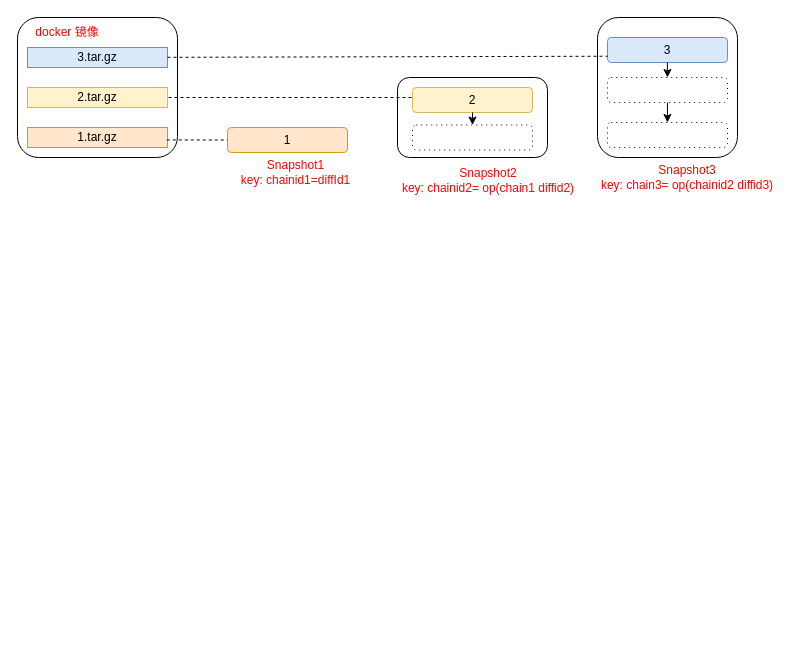
Before: container源码.drawio in We1less1111/draw.io, a draw.io diagram. Source tidied: cells renumbered, new cells numbered last; positions are measured from the earlier drawing's top-left corner, leaving out a move shared by most shapes. Both pictures are drawn from the tidied source at 100%, with x=0, y=0 at pixel (17, 17).
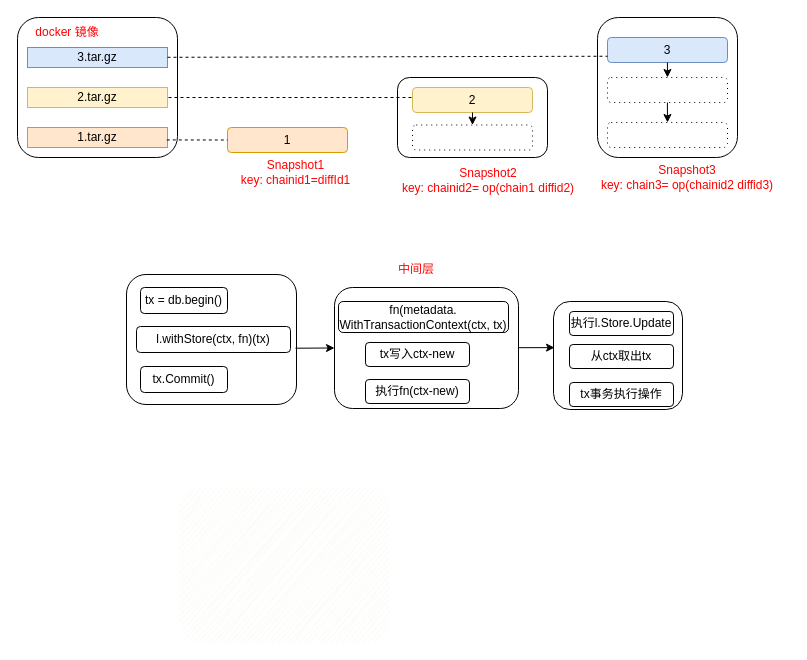
The same page after the edit.

What changed in the source:
```diff
@@
+    <mxCell id="24" style="rounded=1;whiteSpace=wrap;html=1;" parent="1" vertex="1">
+      <mxGeometry x="317" y="270" width="184" height="121" as="geometry" />
+    </mxCell>
+    <mxCell id="25" style="rounded=1;whiteSpace=wrap;html=1;" parent="1" vertex="1">
+      <mxGeometry x="109" y="257" width="170" height="130" as="geometry" />
+    </mxCell>
+    <mxCell id="26" style="rounded=1;whiteSpace=wrap;html=1;" parent="1" vertex="1">
+      <mxGeometry x="536" y="284" width="129" height="108" as="geometry" />
+    </mxCell>
@@
+    <mxCell id="27" value="tx = db.begin()" style="rounded=1;whiteSpace=wrap;html=1;" parent="1" vertex="1">
+      <mxGeometry x="123" y="270" width="87" height="26" as="geometry" />
+    </mxCell>
+    <mxCell id="28" value="tx.Commit()" style="rounded=1;whiteSpace=wrap;html=1;" parent="1" vertex="1">
+      <mxGeometry x="123" y="349" width="87" height="26" as="geometry" />
+    </mxCell>
+    <mxCell id="29" value="&lt;div style=&quot;text-align: start;&quot;&gt;l.withStore(ctx, fn)(tx)&lt;br&gt;&lt;/div&gt;" style="rounded=1;whiteSpace=wrap;html=1;" parent="1" vertex="1">
+      <mxGeometry x="119" y="309" width="154" height="26" as="geometry" />
+    </mxCell>
+    <mxCell id="30" value="&lt;div&gt;fn(metadata.&lt;/div&gt;&lt;div&gt;WithTransactionContext(ctx, tx)&lt;/div&gt;" style="rounded=1;whiteSpace=wrap;html=1;" parent="1" vertex="1">
+      <mxGeometry x="321" y="284" width="170" height="31" as="geometry" />
+    </mxCell>
+    <mxCell id="31" value="执行l.Store.Update" style="rounded=1;whiteSpace=wrap;html=1;" parent="1" vertex="1">
+      <mxGeometry x="552" y="294" width="104" height="24" as="geometry" />
+    </mxCell>
+    <mxCell id="32" value="从ctx取出tx" style="rounded=1;whiteSpace=wrap;html=1;" parent="1" vertex="1">
+      <mxGeometry x="552" y="327" width="104" height="24" as="geometry" />
+    </mxCell>
+    <mxCell id="33" value="tx事务执行操作" style="rounded=1;whiteSpace=wrap;html=1;" parent="1" vertex="1">
+      <mxGeometry x="552" y="365" width="104" height="24" as="geometry" />
+    </mxCell>
+    <mxCell id="34" value="&lt;div&gt;tx写入ctx-new&lt;/div&gt;" style="rounded=1;whiteSpace=wrap;html=1;" parent="1" vertex="1">
+      <mxGeometry x="348" y="325" width="104" height="24" as="geometry" />
+    </mxCell>
+    <mxCell id="35" value="执行fn(ctx-new)" style="rounded=1;whiteSpace=wrap;html=1;" parent="1" vertex="1">
+      <mxGeometry x="348" y="362" width="104" height="24" as="geometry" />
+    </mxCell>
+    <mxCell id="36" style="endArrow=classic;html=1;rounded=0;exitX=0.994;exitY=0.567;exitDx=0;exitDy=0;exitPerimeter=0;entryX=0;entryY=0.5;entryDx=0;entryDy=0;" parent="1" edge="1" source="25" target="24">
+      <mxGeometry relative="1" as="geometry" />
+    </mxCell>
+    <mxCell id="37" style="endArrow=classic;html=1;rounded=0;exitX=0.999;exitY=0.597;exitDx=0;exitDy=0;exitPerimeter=0;entryX=0.008;entryY=0.427;entryDx=0;entryDy=0;entryPerimeter=0;" parent="1" edge="1" target="26">
+      <mxGeometry relative="1" as="geometry">
+        <mxPoint x="501" y="330.2" as="sourcePoint" />
+      </mxGeometry>
+    </mxCell>
+    <mxCell id="38" style="rounded=1;whiteSpace=wrap;html=1;sketch=1;curveFitting=1;jiggle=2;strokeColor=none;fillColor=#f9f7ed;" parent="1" vertex="1">
+      <mxGeometry x="162" y="470" width="210" height="155" as="geometry" />
+    </mxCell>
+    <mxCell id="39" value="&lt;font color=&quot;#ff0000&quot;&gt;中间层&lt;/font&gt;" style="text;html=1;align=center;verticalAlign=middle;whiteSpace=wrap;rounded=0;" parent="1" vertex="1">
+      <mxGeometry x="369" y="237" width="60" height="30" as="geometry" />
+    </mxCell>
```
